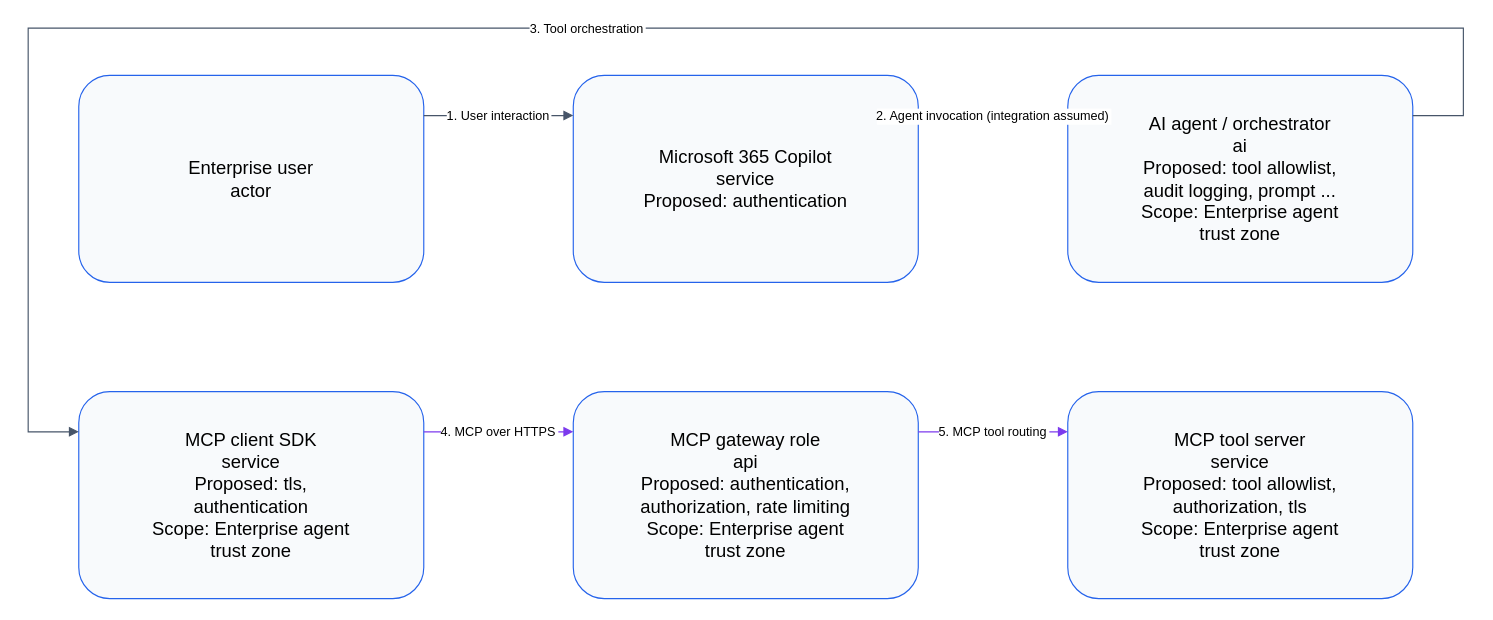
Before: page "1 · User and MCP protocol" (1 of 5) of docs/downloads/mcp-compact.drawio in avinash7509/archi-made-easy, a draw.io diagram. Source tidied: cells renumbered, new cells numbered last; positions are measured from the earlier drawing's top-left corner, leaving out a move shared by most shapes. Both pictures are drawn from the tidied source at 115%, with x=0, y=0 at pixel (28, 28).
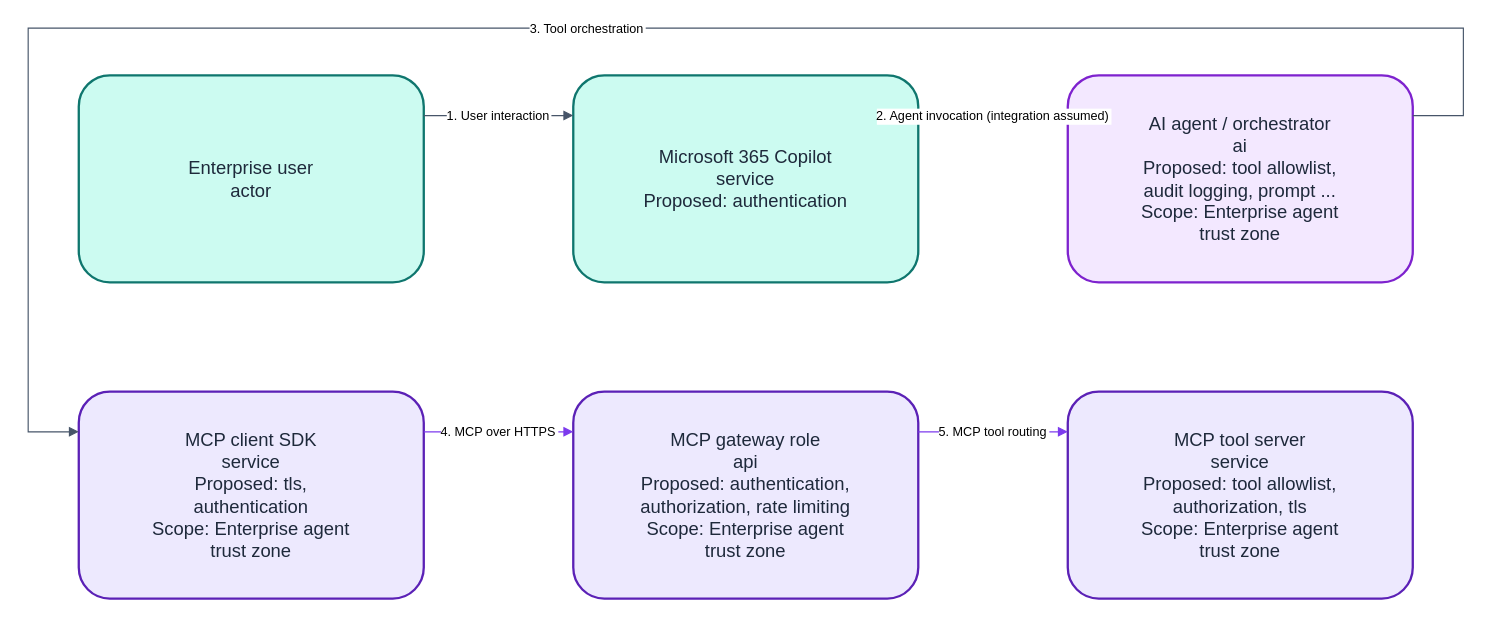
Above is the later version.

The edit, as a diff of the source:
```diff
@@
-    <mxCell id="2" value="Enterprise user&#10;actor" style="rounded=1;whiteSpace=wrap;html=0;fontSize=16;fillColor=#f8fafc;strokeColor=#2563eb;" parent="1" vertex="1">
+    <mxCell id="2" value="Enterprise user&#10;actor" style="rounded=1;whiteSpace=wrap;html=0;fontSize=16;fontColor=#1e293b;fillColor=#ccfbf1;strokeColor=#0f766e;strokeWidth=2;" parent="1" vertex="1">
       <mxGeometry x="44" y="41" width="300" height="180" as="geometry" />
     </mxCell>
-    <mxCell id="3" value="Microsoft 365 Copilot&#10;service&#10;Proposed: authentication" style="rounded=1;whiteSpace=wrap;html=0;fontSize=16;fillColor=#f8fafc;strokeColor=#2563eb;" parent="1" vertex="1">
+    <mxCell id="3" value="Microsoft 365 Copilot&#10;service&#10;Proposed: authentication" style="rounded=1;whiteSpace=wrap;html=0;fontSize=16;fontColor=#1e293b;fillColor=#ccfbf1;strokeColor=#0f766e;strokeWidth=2;" parent="1" vertex="1">
       <mxGeometry x="474" y="41" width="300" height="180" as="geometry" />
     </mxCell>
-    <mxCell id="4" value="AI agent / orchestrator&#10;ai&#10;Proposed: tool allowlist,&#10;audit logging, prompt ...&#10;Scope: Enterprise agent&#10;trust zone" style="rounded=1;whiteSpace=wrap;html=0;fontSize=16;fillColor=#f8fafc;strokeColor=#2563eb;" parent="1" vertex="1">
+    <mxCell id="4" value="AI agent / orchestrator&#10;ai&#10;Proposed: tool allowlist,&#10;audit logging, prompt ...&#10;Scope: Enterprise agent&#10;trust zone" style="rounded=1;whiteSpace=wrap;html=0;fontSize=16;fontColor=#1e293b;fillColor=#f3e8ff;strokeColor=#7e22ce;strokeWidth=2;" parent="1" vertex="1">
       <mxGeometry x="904" y="41" width="300" height="180" as="geometry" />
     </mxCell>
-    <mxCell id="5" value="MCP client SDK&#10;service&#10;Proposed: tls,&#10;authentication&#10;Scope: Enterprise agent&#10;trust zone" style="rounded=1;whiteSpace=wrap;html=0;fontSize=16;fillColor=#f8fafc;strokeColor=#2563eb;" parent="1" vertex="1">
+    <mxCell id="5" value="MCP client SDK&#10;service&#10;Proposed: tls,&#10;authentication&#10;Scope: Enterprise agent&#10;trust zone" style="rounded=1;whiteSpace=wrap;html=0;fontSize=16;fontColor=#1e293b;fillColor=#ede9fe;strokeColor=#5b21b6;strokeWidth=2;" parent="1" vertex="1">
       <mxGeometry x="44" y="316" width="300" height="180" as="geometry" />
     </mxCell>
-    <mxCell id="6" value="MCP gateway role&#10;api&#10;Proposed: authentication,&#10;authorization, rate limiting&#10;Scope: Enterprise agent&#10;trust zone" style="rounded=1;whiteSpace=wrap;html=0;fontSize=16;fillColor=#f8fafc;strokeColor=#2563eb;" parent="1" vertex="1">
+    <mxCell id="6" value="MCP gateway role&#10;api&#10;Proposed: authentication,&#10;authorization, rate limiting&#10;Scope: Enterprise agent&#10;trust zone" style="rounded=1;whiteSpace=wrap;html=0;fontSize=16;fontColor=#1e293b;fillColor=#ede9fe;strokeColor=#5b21b6;strokeWidth=2;" parent="1" vertex="1">
       <mxGeometry x="474" y="316" width="300" height="180" as="geometry" />
     </mxCell>
-    <mxCell id="7" value="MCP tool server&#10;service&#10;Proposed: tool allowlist,&#10;authorization, tls&#10;Scope: Enterprise agent&#10;trust zone" style="rounded=1;whiteSpace=wrap;html=0;fontSize=16;fillColor=#f8fafc;strokeColor=#2563eb;" parent="1" vertex="1">
+    <mxCell id="7" value="MCP tool server&#10;service&#10;Proposed: tool allowlist,&#10;authorization, tls&#10;Scope: Enterprise agent&#10;trust zone" style="rounded=1;whiteSpace=wrap;html=0;fontSize=16;fontColor=#1e293b;fillColor=#ede9fe;strokeColor=#5b21b6;strokeWidth=2;" parent="1" vertex="1">
       <mxGeometry x="904" y="316" width="300" height="180" as="geometry" />
     </mxCell>
```
